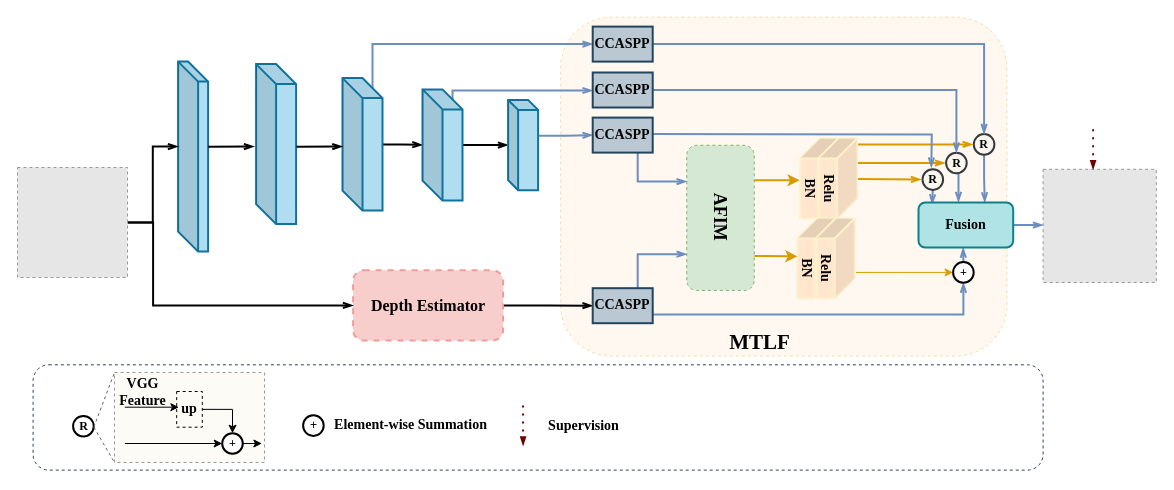
Above: 联合学习.drawio in Hymhh/hymhh (draw.io), before the change. Source tidied: cells renumbered, new cells numbered last; positions are measured from the earlier drawing's top-left corner, leaving out a move shared by most shapes. Both pictures are drawn from the tidied source at 100%, with x=0, y=0 at pixel (17, -37). Pictures stored in the file or linked from it are replaced by grey dashed boxes.
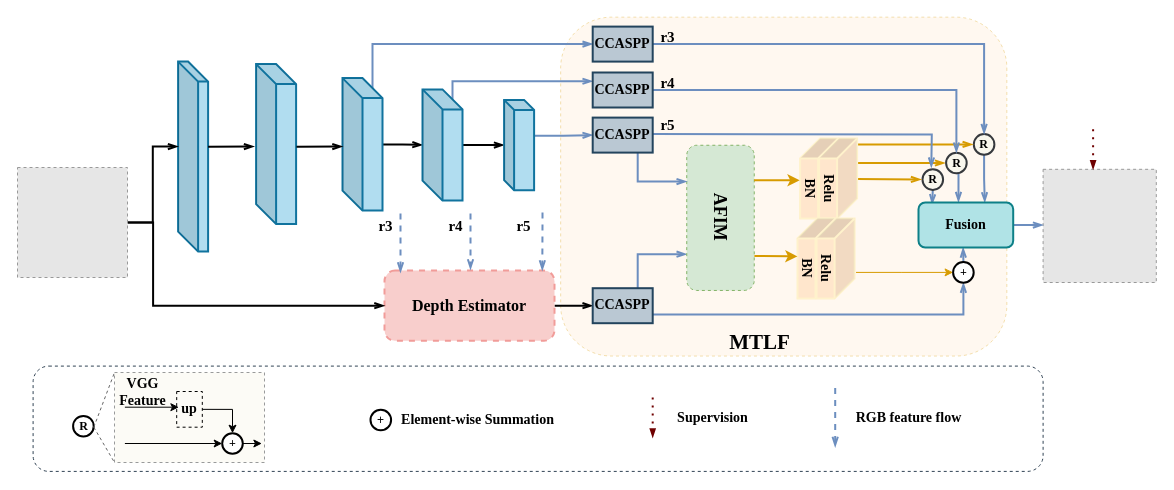
After the change.

The change refers to these unchanged cells:
```xml
<mxCell id="10" style="shape=cube;whiteSpace=wrap;html=1;boundedLbl=1;backgroundOutline=1;darkOpacity=0.05;darkOpacity2=0.1;direction=east;fillColor=#b1ddf0;strokeColor=#10739e;strokeWidth=2;" parent="1" vertex="1">
  <mxGeometry x="405" y="125.9" width="40" height="111.2" as="geometry" />
</mxCell>
<mxCell id="60" value="&lt;font face=&quot;Times New Roman&quot; size=&quot;1&quot;&gt;&lt;b style=&quot;font-size: 14px&quot;&gt;CCASPP&lt;/b&gt;&lt;/font&gt;" style="rounded=0;whiteSpace=wrap;html=1;fillColor=#bac8d3;strokeColor=#23445d;strokeWidth=2;" parent="1" vertex="1">
  <mxGeometry x="575.2" y="109" width="60" height="35" as="geometry" />
</mxCell>
```

What changed in the source:
```diff
@@
     <mxCell id="3" style="rounded=1;whiteSpace=wrap;html=1;fillColor=none;dashed=1;strokeColor=#314354;fontColor=#ffffff;" parent="1" vertex="1">
-      <mxGeometry x="15.6" y="401.3" width="1010" height="105.3" as="geometry" />
+      <mxGeometry x="15.6" y="402.6" width="1010" height="105.3" as="geometry" />
     </mxCell>
@@
-    <mxCell id="9" style="edgeStyle=orthogonalEdgeStyle;rounded=0;jettySize=auto;html=1;exitX=0;exitY=0;exitDx=30;exitDy=10;exitPerimeter=0;strokeWidth=2;strokeColor=#6C8EBF;endArrow=openThin;endFill=0;" parent="1" edge="1" source="10" target="60">
+    <mxCell id="9" style="edgeStyle=orthogonalEdgeStyle;rounded=0;jettySize=auto;html=1;exitX=0;exitY=0;exitDx=30;exitDy=10;exitPerimeter=0;strokeWidth=2;strokeColor=#6C8EBF;endArrow=openThin;endFill=0;entryX=0;entryY=0.25;entryDx=0;entryDy=0;" parent="1" edge="1" source="10" target="60">
       <mxGeometry relative="1" as="geometry">
         <Array as="points">
-          <mxPoint x="435" y="127" />
+          <mxPoint x="435" y="118" />
         </Array>
       </mxGeometry>
     </mxCell>
@@
     <mxCell id="12" style="shape=cube;whiteSpace=wrap;html=1;boundedLbl=1;backgroundOutline=1;darkOpacity=0.05;darkOpacity2=0.1;direction=east;fillColor=#b1ddf0;strokeColor=#10739e;size=10;strokeWidth=2;" parent="1" vertex="1">
-      <mxGeometry x="490.6" y="136.4" width="30" height="90.3" as="geometry" />
+      <mxGeometry x="486.6" y="136.4" width="30" height="90.3" as="geometry" />
     </mxCell>
@@
     <mxCell id="15" value="&lt;font style=&quot;font-size: 16px&quot; face=&quot;Times New Roman&quot;&gt;&lt;b&gt;Depth Estimator&lt;/b&gt;&lt;/font&gt;" style="rounded=1;whiteSpace=wrap;html=1;fillColor=#f8cecc;strokeColor=#F19C99;strokeWidth=2;dashed=1;" parent="1" vertex="1">
-      <mxGeometry x="335.6" y="306.8" width="150" height="70.2" as="geometry" />
+      <mxGeometry x="367" y="307.1" width="170" height="70.2" as="geometry" />
     </mxCell>
@@
     <mxCell id="23" value="&lt;font face=&quot;Times New Roman&quot; style=&quot;font-size: 14px&quot;&gt;&lt;b&gt;Supervision&lt;/b&gt;&lt;/font&gt;" style="text;html=1;align=center;verticalAlign=middle;fillColor=none;strokeColor=none;rounded=0;strokeWidth=2;" parent="1" vertex="1">
-      <mxGeometry x="520.6" y="453.4" width="90" height="20" as="geometry" />
+      <mxGeometry x="650.2" y="445.3" width="90" height="20" as="geometry" />
     </mxCell>
     <mxCell id="24" value="+" style="ellipse;whiteSpace=wrap;html=1;strokeWidth=2;" parent="1" vertex="1">
-      <mxGeometry x="285.6" y="451.8" width="20.6" height="20.6" as="geometry" />
+      <mxGeometry x="353" y="446.2" width="20.6" height="20.6" as="geometry" />
     </mxCell>
     <mxCell id="25" value="&lt;font face=&quot;Times New Roman&quot; style=&quot;font-size: 14px&quot;&gt;&lt;b&gt;Element-wise Summation&lt;/b&gt;&lt;/font&gt;" style="text;html=1;align=center;verticalAlign=middle;fillColor=none;strokeColor=none;rounded=0;strokeWidth=2;" parent="1" vertex="1">
-      <mxGeometry x="307.6" y="452.4" width="170" height="20" as="geometry" />
+      <mxGeometry x="375" y="446.9" width="170" height="20" as="geometry" />
     </mxCell>
     <mxCell id="26" style="edgeStyle=orthogonalEdgeStyle;fontSize=12;html=1;endArrow=blockThin;endFill=1;rounded=0;strokeWidth=2;endSize=4;startSize=4;dashed=1;dashPattern=1 3;strokeColor=#6F0000;fillColor=#a20025;" parent="1" edge="1">
       <mxGeometry relative="1" as="geometry">
-        <mxPoint x="505.6" y="442.1" as="sourcePoint" />
-        <mxPoint x="505.6" y="482.1" as="targetPoint" />
+        <mxPoint x="635.2" y="434" as="sourcePoint" />
+        <mxPoint x="635.2" y="474" as="targetPoint" />
       </mxGeometry>
     </mxCell>
@@
+    <mxCell id="70" style="edgeStyle=orthogonalEdgeStyle;rounded=0;orthogonalLoop=1;jettySize=auto;html=1;endArrow=openThin;endFill=0;strokeColor=#6C8EBF;strokeWidth=2;dashed=1;" parent="1" edge="1">
+      <mxGeometry relative="1" as="geometry">
+        <mxPoint x="453" y="250" as="sourcePoint" />
+        <mxPoint x="453" y="306" as="targetPoint" />
+      </mxGeometry>
+    </mxCell>
@@
+    <mxCell id="71" style="edgeStyle=orthogonalEdgeStyle;rounded=0;orthogonalLoop=1;jettySize=auto;html=1;endArrow=openThin;endFill=0;strokeColor=#6C8EBF;strokeWidth=2;dashed=1;" parent="1" edge="1">
+      <mxGeometry relative="1" as="geometry">
+        <mxPoint x="383" y="250" as="sourcePoint" />
+        <mxPoint x="383" y="309" as="targetPoint" />
+      </mxGeometry>
+    </mxCell>
@@
+    <mxCell id="72" style="edgeStyle=orthogonalEdgeStyle;rounded=0;orthogonalLoop=1;jettySize=auto;html=1;entryX=0.928;entryY=0.014;entryDx=0;entryDy=0;endArrow=openThin;endFill=0;strokeColor=#6C8EBF;strokeWidth=2;entryPerimeter=0;dashed=1;" parent="1" edge="1">
+      <mxGeometry relative="1" as="geometry">
+        <mxPoint x="525" y="249" as="sourcePoint" />
+        <mxPoint x="524.8" y="307" as="targetPoint" />
+        <Array as="points">
+          <mxPoint x="525" y="260" />
+          <mxPoint x="525" y="260" />
+        </Array>
+      </mxGeometry>
+    </mxCell>
@@
+    <mxCell id="73" value="&lt;b&gt;&lt;font face=&quot;Times New Roman&quot; style=&quot;font-size: 15px&quot;&gt;r3&lt;/font&gt;&lt;/b&gt;" style="text;html=1;align=center;verticalAlign=middle;fillColor=none;strokeColor=none;rounded=0;opacity=30;" parent="1" vertex="1">
+      <mxGeometry x="353" y="252.4" width="30" height="20" as="geometry" />
+    </mxCell>
+    <mxCell id="74" value="&lt;b&gt;&lt;font face=&quot;Times New Roman&quot; style=&quot;font-size: 15px&quot;&gt;r4&lt;/font&gt;&lt;/b&gt;" style="text;html=1;align=center;verticalAlign=middle;fillColor=none;strokeColor=none;rounded=0;opacity=30;" parent="1" vertex="1">
+      <mxGeometry x="423" y="251.5" width="30" height="20" as="geometry" />
+    </mxCell>
+    <mxCell id="75" value="&lt;font style=&quot;font-size: 15px&quot; face=&quot;Times New Roman&quot;&gt;&lt;b&gt;r5&lt;/b&gt;&lt;/font&gt;" style="text;html=1;align=center;verticalAlign=middle;fillColor=none;strokeColor=none;rounded=0;opacity=30;" parent="1" vertex="1">
+      <mxGeometry x="490.6" y="251.5" width="30" height="20" as="geometry" />
+    </mxCell>
+    <mxCell id="76" value="&lt;b&gt;&lt;font face=&quot;Times New Roman&quot; style=&quot;font-size: 15px&quot;&gt;r3&lt;/font&gt;&lt;/b&gt;" style="text;html=1;align=center;verticalAlign=middle;fillColor=none;strokeColor=none;rounded=0;opacity=30;" parent="1" vertex="1">
+      <mxGeometry x="635.2" y="63.1" width="30" height="20" as="geometry" />
+    </mxCell>
+    <mxCell id="77" value="&lt;b&gt;&lt;font face=&quot;Times New Roman&quot; style=&quot;font-size: 15px&quot;&gt;r4&lt;/font&gt;&lt;/b&gt;" style="text;html=1;align=center;verticalAlign=middle;fillColor=none;strokeColor=none;rounded=0;opacity=30;" parent="1" vertex="1">
+      <mxGeometry x="635.2" y="109" width="30" height="20" as="geometry" />
+    </mxCell>
+    <mxCell id="78" value="&lt;b&gt;&lt;font face=&quot;Times New Roman&quot; style=&quot;font-size: 15px&quot;&gt;r5&lt;/font&gt;&lt;/b&gt;" style="text;html=1;align=center;verticalAlign=middle;fillColor=none;strokeColor=none;rounded=0;opacity=30;" parent="1" vertex="1">
+      <mxGeometry x="635.2" y="150.6" width="30" height="20" as="geometry" />
+    </mxCell>
+    <mxCell id="79" style="edgeStyle=orthogonalEdgeStyle;rounded=0;orthogonalLoop=1;jettySize=auto;html=1;endArrow=openThin;endFill=0;strokeColor=#6C8EBF;strokeWidth=2;dashed=1;" parent="1" edge="1">
+      <mxGeometry relative="1" as="geometry">
+        <mxPoint x="817.7" y="424.5" as="sourcePoint" />
+        <mxPoint x="817.7" y="483.5" as="targetPoint" />
+      </mxGeometry>
+    </mxCell>
+    <mxCell id="80" value="&lt;font face=&quot;Times New Roman&quot;&gt;&lt;span style=&quot;font-size: 14px&quot;&gt;&lt;b&gt;RGB feature flow&lt;/b&gt;&lt;/span&gt;&lt;/font&gt;" style="text;html=1;align=center;verticalAlign=middle;fillColor=none;strokeColor=none;rounded=0;strokeWidth=2;" parent="1" vertex="1">
+      <mxGeometry x="830.6" y="445.3" width="120" height="20" as="geometry" />
+    </mxCell>
```
